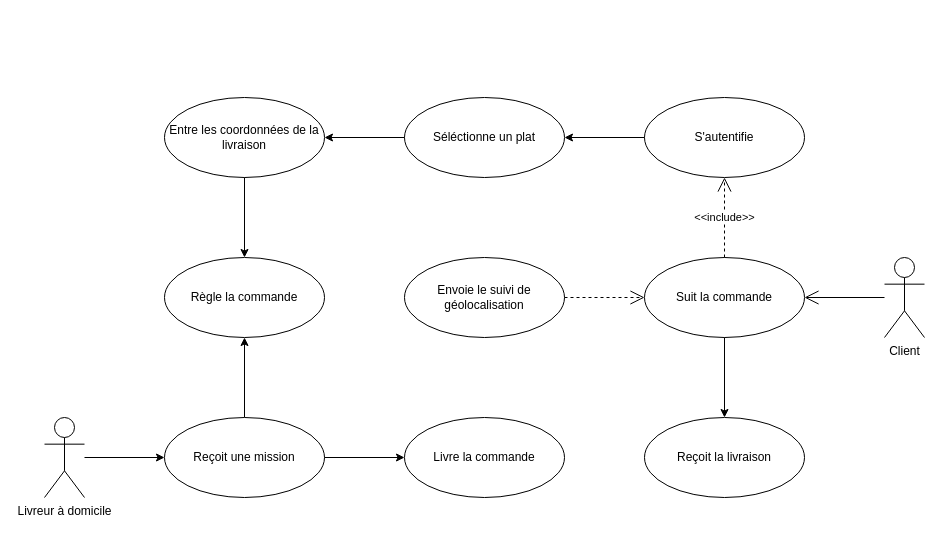
Before: use case diagrams/Use cases passer une commande.drawio in AlexisT37/P4-OpenClassrooms, a draw.io diagram. Source tidied: cells renumbered, new cells numbered last; positions are measured from the earlier drawing's top-left corner, leaving out a move shared by most shapes. Both pictures are drawn from the tidied source at 100%, with x=0, y=0 at pixel (44, 97).
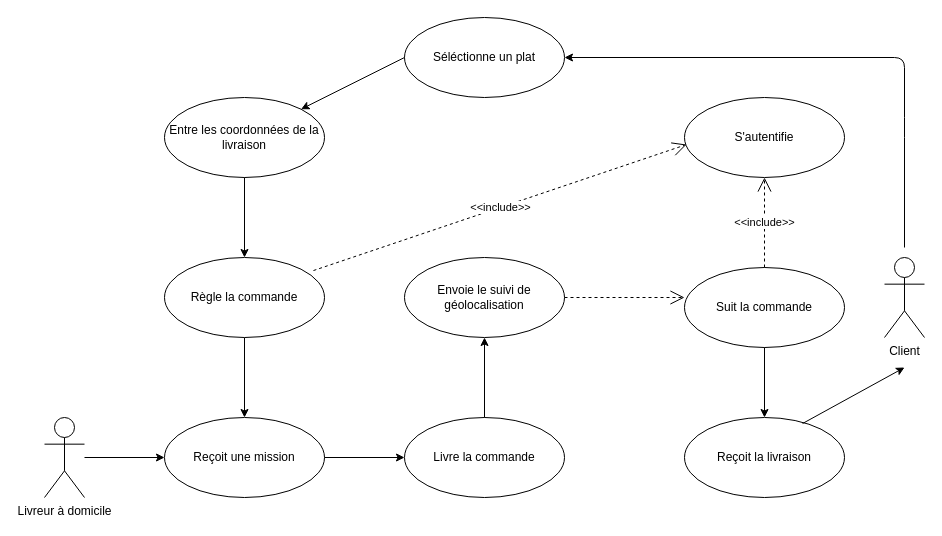
The same page after the edit.

Commit message (it also covers changes not shown here):
livraison commande

The change refers to these unchanged cells:
```xml
<mxCell id="3" value="&lt;div&gt;Client&lt;/div&gt;" style="shape=umlActor;verticalLabelPosition=bottom;verticalAlign=top;html=1;fontFamily=Helvetica;fontSize=12;" parent="1" vertex="1">
  <mxGeometry x="840" y="160" width="40" height="80" as="geometry" />
</mxCell>
<mxCell id="6" value="&lt;div&gt;Reçoit une mission&lt;/div&gt;" style="ellipse;whiteSpace=wrap;html=1;fontFamily=Helvetica;fontSize=12;" parent="1" vertex="1">
  <mxGeometry x="120" y="320" width="160" height="80" as="geometry" />
</mxCell>
<mxCell id="7" value="Envoie le suivi de géolocalisation" style="ellipse;whiteSpace=wrap;html=1;fontFamily=Helvetica;fontSize=12;" parent="1" vertex="1">
  <mxGeometry x="360" y="160" width="160" height="80" as="geometry" />
</mxCell>
<mxCell id="10" value="Entre les coordonnées de la livraison" style="ellipse;whiteSpace=wrap;html=1;" parent="1" vertex="1">
  <mxGeometry x="120" width="160" height="80" as="geometry" />
</mxCell>
<mxCell id="11" value="Règle la commande" style="ellipse;whiteSpace=wrap;html=1;" parent="1" vertex="1">
  <mxGeometry x="120" y="160" width="160" height="80" as="geometry" />
</mxCell>
<mxCell id="15" value="Livre la commande" style="ellipse;whiteSpace=wrap;html=1;" parent="1" vertex="1">
  <mxGeometry x="360" y="320" width="160" height="80" as="geometry" />
</mxCell>
```

The edit, as a diff of the source:
```diff
@@
     <mxCell id="4" value="Séléctionne un plat" style="ellipse;whiteSpace=wrap;html=1;fontFamily=Helvetica;fontSize=12;" parent="1" vertex="1">
-      <mxGeometry x="360" width="160" height="80" as="geometry" />
+      <mxGeometry x="360" y="-80" width="160" height="80" as="geometry" />
     </mxCell>
-    <mxCell id="5" style="edgeStyle=none;html=1;" parent="1" edge="1" source="6" target="11">
+    <mxCell id="5" style="edgeStyle=none;html=1;exitX=0.5;exitY=1;exitDx=0;exitDy=0;entryX=0.5;entryY=0;entryDx=0;entryDy=0;" parent="1" edge="1" source="11" target="6">
       <mxGeometry relative="1" as="geometry" />
     </mxCell>
@@
-    <mxCell id="8" style="endArrow=open;endSize=12;dashed=1;html=1;rounded=0;fontFamily=Helvetica;fontSize=12;exitX=1;exitY=0.5;exitDx=0;exitDy=0;" parent="1" edge="1" source="7">
-      <mxGeometry relative="1" as="geometry">
-        <mxPoint x="600" y="200" as="targetPoint" />
-      </mxGeometry>
+    <mxCell id="8" style="endArrow=open;endSize=12;dashed=1;html=1;rounded=0;fontFamily=Helvetica;fontSize=12;exitX=1;exitY=0.5;exitDx=0;exitDy=0;entryX=0;entryY=0.375;entryDx=0;entryDy=0;entryPerimeter=0;" parent="1" edge="1" source="7" target="12">
+      <mxGeometry relative="1" as="geometry" />
     </mxCell>
     <mxCell id="9" value="S'autentifie" style="ellipse;whiteSpace=wrap;html=1;" parent="1" vertex="1">
-      <mxGeometry x="600" width="160" height="80" as="geometry" />
+      <mxGeometry x="640" width="160" height="80" as="geometry" />
     </mxCell>
@@
     <mxCell id="12" value="Suit la commande" style="ellipse;whiteSpace=wrap;html=1;" parent="1" vertex="1">
-      <mxGeometry x="600" y="160" width="160" height="80" as="geometry" />
+      <mxGeometry x="640" y="170" width="160" height="80" as="geometry" />
     </mxCell>
     <mxCell id="13" value="Reçoit la livraison" style="ellipse;whiteSpace=wrap;html=1;" parent="1" vertex="1">
-      <mxGeometry x="600" y="320" width="160" height="80" as="geometry" />
+      <mxGeometry x="640" y="320" width="160" height="80" as="geometry" />
     </mxCell>
-    <mxCell id="14" style="endArrow=open;endFill=1;endSize=12;html=1;rounded=0;entryX=1;entryY=0.5;entryDx=0;entryDy=0;" parent="1" edge="1" source="3" target="12">
-      <mxGeometry relative="1" as="geometry" />
-    </mxCell>
@@
-    <mxCell id="18" style="endArrow=classic;html=1;entryX=1;entryY=0.5;entryDx=0;entryDy=0;exitX=0;exitY=0.5;exitDx=0;exitDy=0;" parent="1" edge="1" source="4" target="10">
+    <mxCell id="18" style="endArrow=classic;html=1;entryX=1;entryY=0;entryDx=0;entryDy=0;exitX=0;exitY=0.5;exitDx=0;exitDy=0;" parent="1" edge="1" source="4" target="10">
       <mxGeometry relative="1" as="geometry" />
     </mxCell>
-    <mxCell id="19" style="endArrow=classic;html=1;entryX=1;entryY=0.5;entryDx=0;entryDy=0;exitX=0;exitY=0.5;exitDx=0;exitDy=0;" parent="1" edge="1" source="9" target="4">
-      <mxGeometry relative="1" as="geometry" />
+    <mxCell id="19" style="endArrow=classic;html=1;entryX=1;entryY=0.5;entryDx=0;entryDy=0;" parent="1" edge="1" target="4">
+      <mxGeometry relative="1" as="geometry">
+        <mxPoint x="860" y="150" as="sourcePoint" />
+        <Array as="points">
+          <mxPoint x="860" y="30" />
+          <mxPoint x="860" y="-40" />
+        </Array>
+      </mxGeometry>
     </mxCell>
@@
+    <mxCell id="23" style="endArrow=classic;html=1;exitX=0.5;exitY=0;exitDx=0;exitDy=0;" parent="1" edge="1" source="15" target="7">
+      <mxGeometry relative="1" as="geometry" />
+    </mxCell>
+    <mxCell id="24" style="endArrow=classic;html=1;exitX=0.738;exitY=0.075;exitDx=0;exitDy=0;exitPerimeter=0;" parent="1" edge="1" source="13">
+      <mxGeometry relative="1" as="geometry">
+        <mxPoint x="860" y="270" as="targetPoint" />
+      </mxGeometry>
+    </mxCell>
+    <mxCell id="25" value="&amp;lt;&amp;lt;include&amp;gt;&amp;gt;" style="endArrow=open;endSize=12;dashed=1;html=1;rounded=0;entryX=0.013;entryY=0.588;entryDx=0;entryDy=0;entryPerimeter=0;exitX=0.931;exitY=0.163;exitDx=0;exitDy=0;exitPerimeter=0;" parent="1" edge="1" source="11" target="9">
+      <mxGeometry relative="1" as="geometry" />
+    </mxCell>
```
